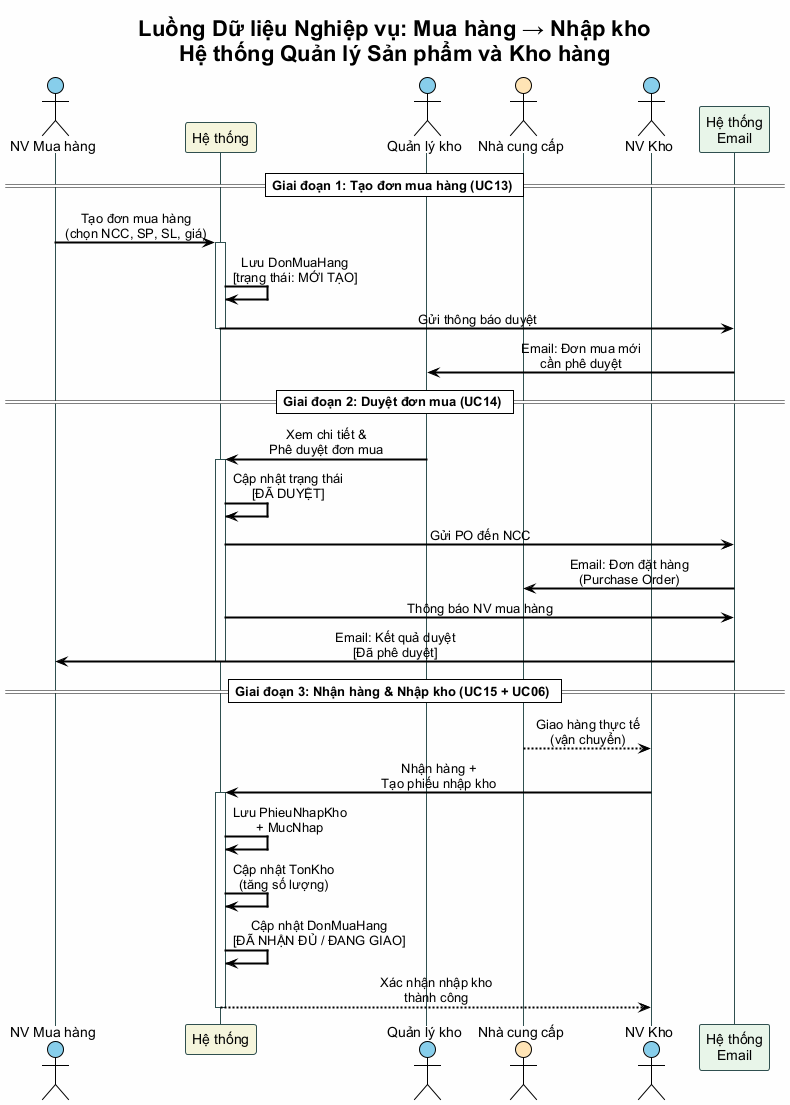
vuhoabinh2416137/G8_Quanlysanphamvakhohang keeps this PlantUML diagram as BTL-QuanLyKhoHang/diagrams/functional-model-flow-mua-nhap.png. Above is the earlier version. The source it was exported from:
```plantuml
@startuml functional-model-flow-mua-nhap
!theme plain
skinparam defaultFontName "Arial"
skinparam backgroundColor #FEFEFE
skinparam sequenceArrowThickness 2
skinparam sequenceParticipantBorderColor #2F4F4F
skinparam sequenceLifeLineBorderColor #2F4F4F
skinparam sequenceMessageAlign center

title Luồng Dữ liệu Nghiệp vụ: Mua hàng → Nhập kho\nHệ thống Quản lý Sản phẩm và Kho hàng

actor "NV Mua hàng" as NV_MH #87CEEB
participant "Hệ thống" as HT #F5F5DC
actor "Quản lý kho" as QLK #87CEEB
actor "Nhà cung cấp" as NCC #FFE4B5
actor "NV Kho" as NV_K #87CEEB
participant "Hệ thống\nEmail" as EMAIL #E8F5E9

== Giai đoạn 1: Tạo đơn mua hàng (UC13) ==

NV_MH -> HT : Tạo đơn mua hàng\n(chọn NCC, SP, SL, giá)
activate HT
HT -> HT : Lưu DonMuaHang\n[trạng thái: MỚI TẠO]
HT -> EMAIL : Gửi thông báo duyệt
deactivate HT
EMAIL -> QLK : Email: Đơn mua mới\ncần phê duyệt

== Giai đoạn 2: Duyệt đơn mua (UC14) ==

QLK -> HT : Xem chi tiết &\nPhê duyệt đơn mua
activate HT
HT -> HT : Cập nhật trạng thái\n[ĐÃ DUYỆT]
HT -> EMAIL : Gửi PO đến NCC
EMAIL -> NCC : Email: Đơn đặt hàng\n(Purchase Order)
HT -> EMAIL : Thông báo NV mua hàng
EMAIL -> NV_MH : Email: Kết quả duyệt\n[Đã phê duyệt]
deactivate HT

== Giai đoạn 3: Nhận hàng & Nhập kho (UC15 + UC06) ==

NCC --> NV_K : Giao hàng thực tế\n(vận chuyển)
NV_K -> HT : Nhận hàng +\nTạo phiếu nhập kho
activate HT
HT -> HT : Lưu PhieuNhapKho\n+ MucNhap
HT -> HT : Cập nhật TonKho\n(tăng số lượng)
HT -> HT : Cập nhật DonMuaHang\n[ĐÃ NHẬN ĐỦ / ĐANG GIAO]
HT --> NV_K : Xác nhận nhập kho\nthành công
deactivate HT

@enduml
```
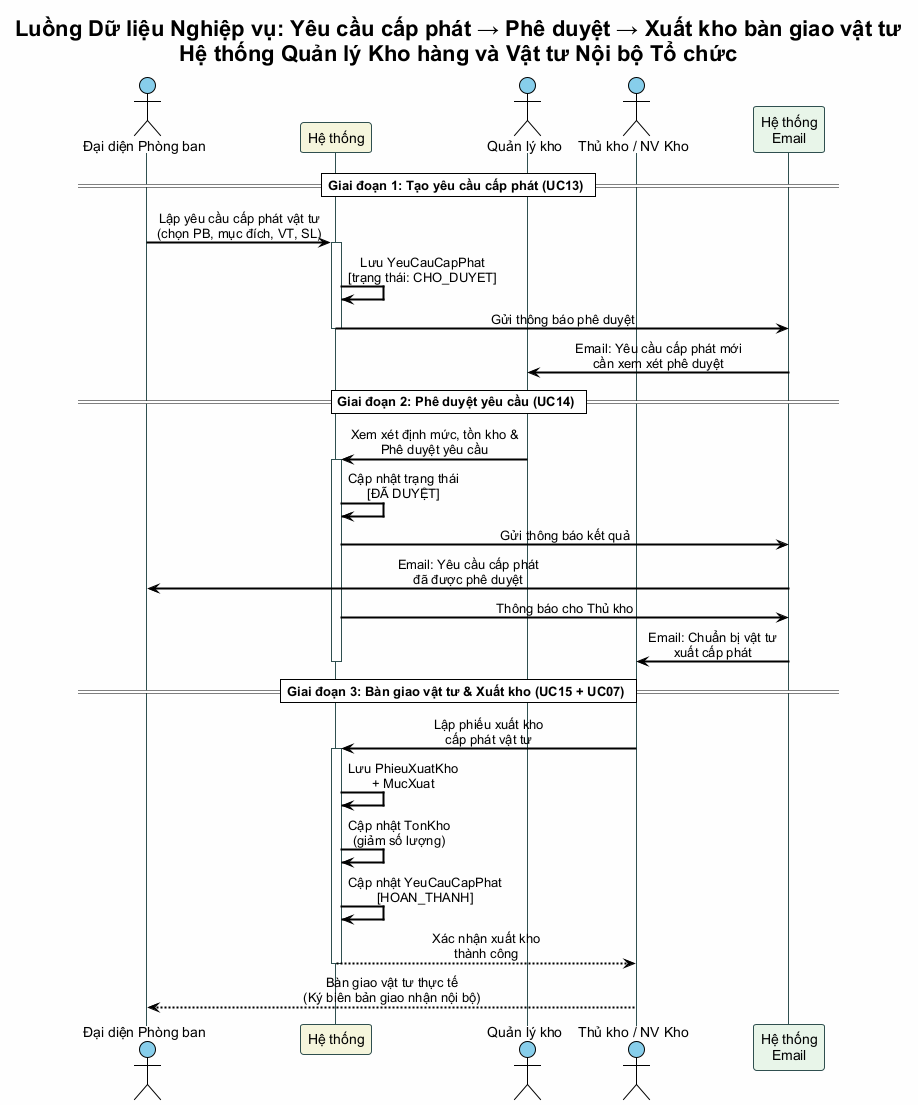
The same file after the commit.

Change to the diagram source:
```diff
@@ -7,44 +7,44 @@
 skinparam sequenceLifeLineBorderColor #2F4F4F
 skinparam sequenceMessageAlign center
 
-title Luồng Dữ liệu Nghiệp vụ: Mua hàng → Nhập kho\nHệ thống Quản lý Sản phẩm và Kho hàng
+title Luồng Dữ liệu Nghiệp vụ: Yêu cầu cấp phát → Phê duyệt → Xuất kho bàn giao vật tư\nHệ thống Quản lý Kho hàng và Vật tư Nội bộ Tổ chức
 
-actor "NV Mua hàng" as NV_MH #87CEEB
+actor "Đại diện Phòng ban" as PB #87CEEB
 participant "Hệ thống" as HT #F5F5DC
 actor "Quản lý kho" as QLK #87CEEB
-actor "Nhà cung cấp" as NCC #FFE4B5
-actor "NV Kho" as NV_K #87CEEB
+actor "Thủ kho / NV Kho" as NV_K #87CEEB
 participant "Hệ thống\nEmail" as EMAIL #E8F5E9
 
-== Giai đoạn 1: Tạo đơn mua hàng (UC13) ==
+== Giai đoạn 1: Tạo yêu cầu cấp phát (UC13) ==
 
-NV_MH -> HT : Tạo đơn mua hàng\n(chọn NCC, SP, SL, giá)
+PB -> HT : Lập yêu cầu cấp phát vật tư\n(chọn PB, mục đích, VT, SL)
 activate HT
-HT -> HT : Lưu DonMuaHang\n[trạng thái: MỚI TẠO]
-HT -> EMAIL : Gửi thông báo duyệt
+HT -> HT : Lưu YeuCauCapPhat\n[trạng thái: CHO_DUYET]
+HT -> EMAIL : Gửi thông báo phê duyệt
 deactivate HT
-EMAIL -> QLK : Email: Đơn mua mới\ncần phê duyệt
+EMAIL -> QLK : Email: Yêu cầu cấp phát mới\ncần xem xét phê duyệt
 
-== Giai đoạn 2: Duyệt đơn mua (UC14) ==
+== Giai đoạn 2: Phê duyệt yêu cầu (UC14) ==
 
-QLK -> HT : Xem chi tiết &\nPhê duyệt đơn mua
+QLK -> HT : Xem xét định mức, tồn kho &\nPhê duyệt yêu cầu
 activate HT
 HT -> HT : Cập nhật trạng thái\n[ĐÃ DUYỆT]
-HT -> EMAIL : Gửi PO đến NCC
-EMAIL -> NCC : Email: Đơn đặt hàng\n(Purchase Order)
-HT -> EMAIL : Thông báo NV mua hàng
-EMAIL -> NV_MH : Email: Kết quả duyệt\n[Đã phê duyệt]
+HT -> EMAIL : Gửi thông báo kết quả
+EMAIL -> PB : Email: Yêu cầu cấp phát\nđã được phê duyệt
+HT -> EMAIL : Thông báo cho Thủ kho
+EMAIL -> NV_K : Email: Chuẩn bị vật tư\nxuất cấp phát
 deactivate HT
 
-== Giai đoạn 3: Nhận hàng & Nhập kho (UC15 + UC06) ==
+== Giai đoạn 3: Bàn giao vật tư & Xuất kho (UC15 + UC07) ==
 
-NCC --> NV_K : Giao hàng thực tế\n(vận chuyển)
-NV_K -> HT : Nhận hàng +\nTạo phiếu nhập kho
+NV_K -> HT : Lập phiếu xuất kho\ncấp phát vật tư
 activate HT
-HT -> HT : Lưu PhieuNhapKho\n+ MucNhap
-HT -> HT : Cập nhật TonKho\n(tăng số lượng)
-HT -> HT : Cập nhật DonMuaHang\n[ĐÃ NHẬN ĐỦ / ĐANG GIAO]
-HT --> NV_K : Xác nhận nhập kho\nthành công
+HT -> HT : Lưu PhieuXuatKho\n+ MucXuat
+HT -> HT : Cập nhật TonKho\n(giảm số lượng)
+HT -> HT : Cập nhật YeuCauCapPhat\n[HOAN_THANH]
+HT --> NV_K : Xác nhận xuất kho\nthành công
 deactivate HT
 
+NV_K --> PB : Bàn giao vật tư thực tế\n(Ký biên bản giao nhận nội bộ)
+
 @enduml
```
